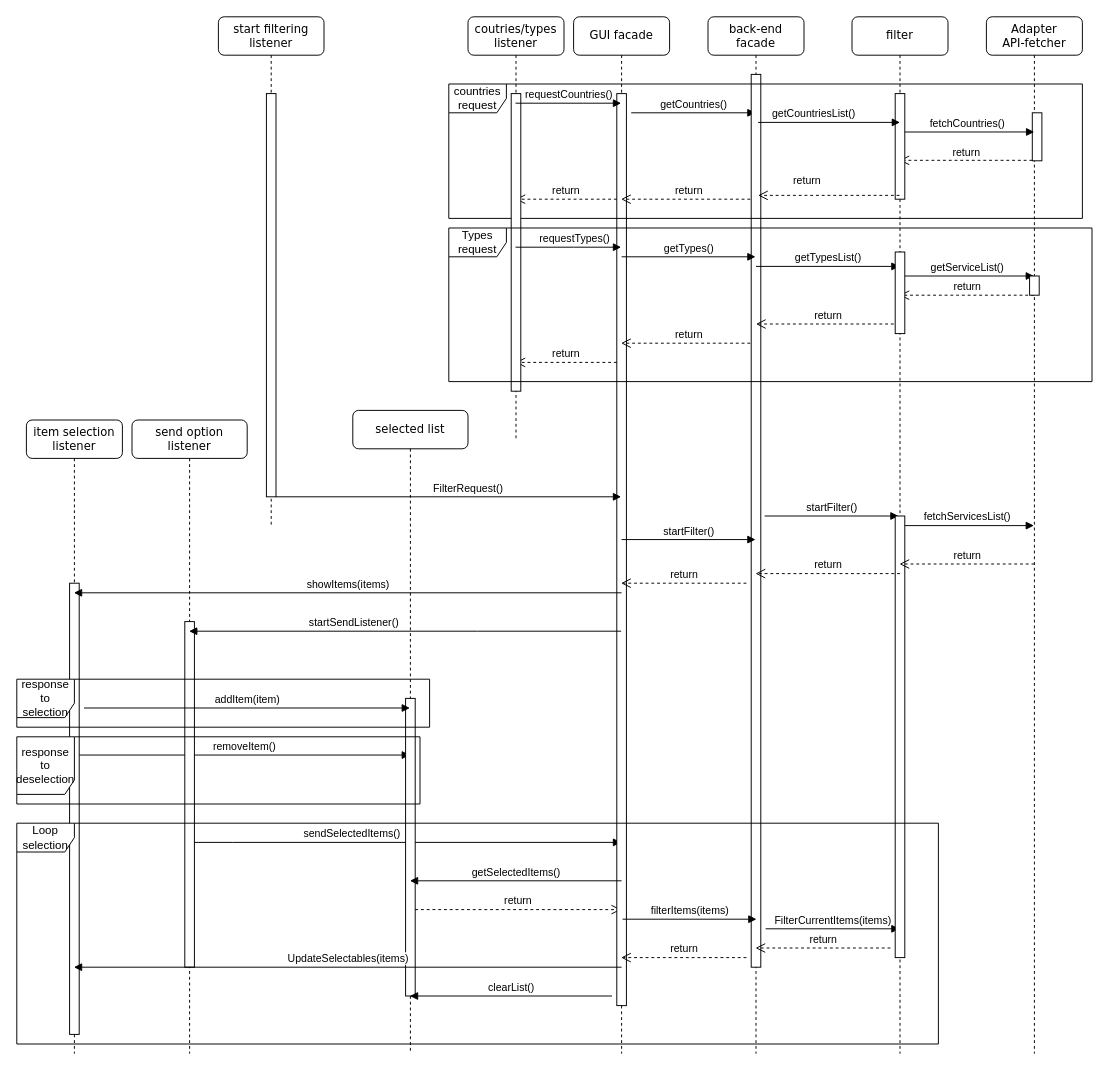
Before: documentation/behaviour/Untitled Diagram.drawio in Geostartico/Trusted-list-browser, a draw.io diagram. Source tidied: cells renumbered, new cells numbered last; positions are measured from the earlier drawing's top-left corner, leaving out a move shared by most shapes. Both pictures are drawn from the tidied source at 96%, with x=0, y=0 at pixel (16, 16).
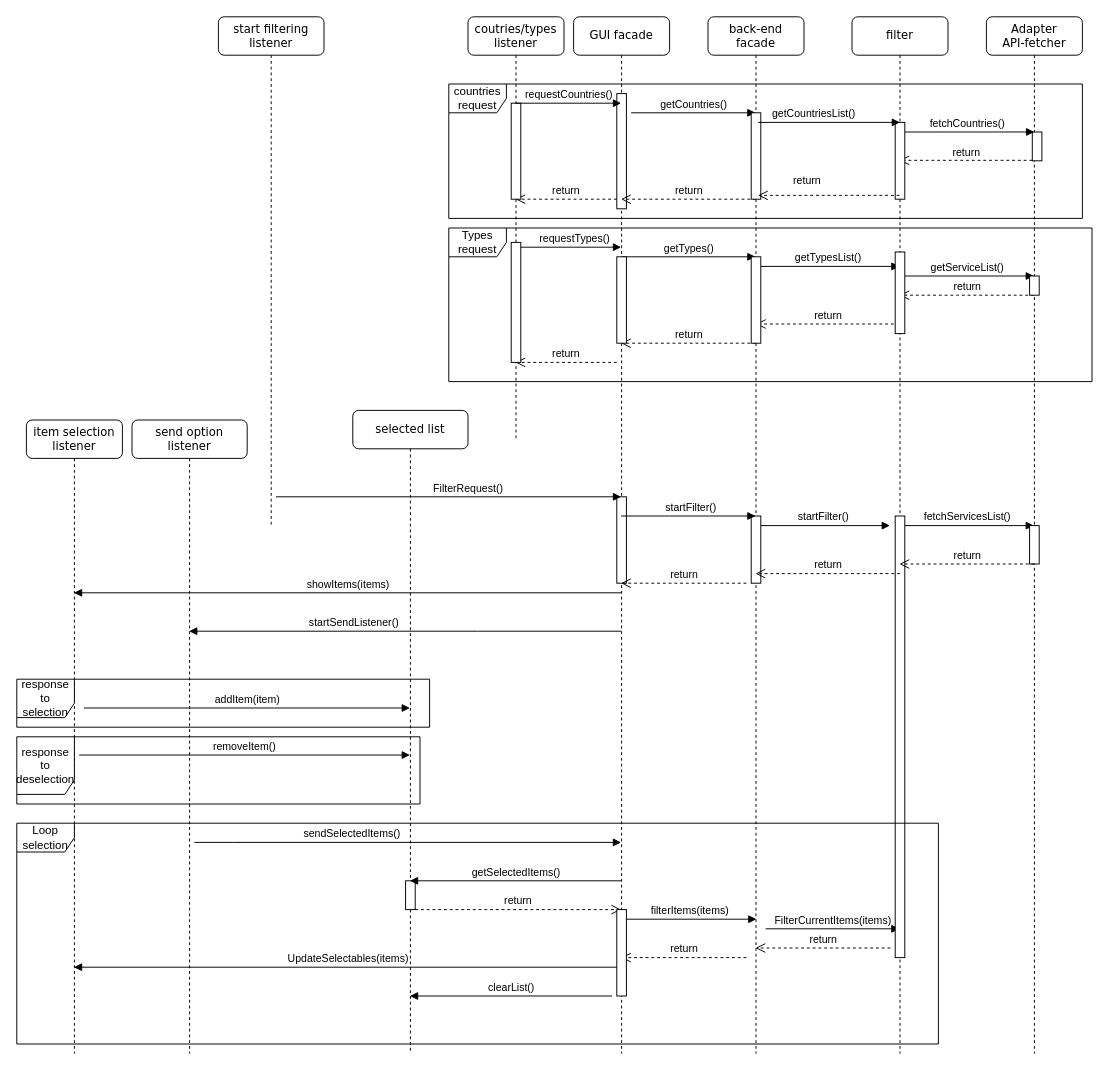
Above is the later version.

The change refers to these unchanged cells:
```xml
<mxCell id="2" value="send option listener" style="shape=umlLifeline;perimeter=lifelinePerimeter;whiteSpace=wrap;html=1;outlineConnect=0;rounded=1;shadow=0;comic=0;labelBackgroundColor=none;strokeWidth=1;fontFamily=Verdana;fontSize=12;align=center;" parent="1" vertex="1">
  <mxGeometry x="120" y="420" width="120" height="660" as="geometry" />
</mxCell>
<mxCell id="6" value="selected list" style="shape=umlLifeline;perimeter=lifelinePerimeter;whiteSpace=wrap;html=1;outlineConnect=0;rounded=1;shadow=0;comic=0;labelBackgroundColor=none;strokeWidth=1;fontFamily=Verdana;fontSize=12;align=center;" parent="1" vertex="1">
  <mxGeometry x="350" y="410" width="120" height="670" as="geometry" />
</mxCell>
<mxCell id="9" value="GUI facade" style="shape=umlLifeline;perimeter=lifelinePerimeter;whiteSpace=wrap;html=1;outlineConnect=0;rounded=1;shadow=0;comic=0;labelBackgroundColor=none;strokeWidth=1;fontFamily=Verdana;fontSize=12;align=center;" parent="1" vertex="1">
  <mxGeometry x="580" width="100" height="1080" as="geometry" />
</mxCell>
<mxCell id="14" value="back-end facade" style="shape=umlLifeline;perimeter=lifelinePerimeter;whiteSpace=wrap;html=1;outlineConnect=0;rounded=1;shadow=0;comic=0;labelBackgroundColor=none;strokeWidth=1;fontFamily=Verdana;fontSize=12;align=center;" parent="1" vertex="1">
  <mxGeometry x="720" width="100" height="1080" as="geometry" />
</mxCell>
<mxCell id="24" value="&lt;div&gt;Adapter&lt;/div&gt;&lt;div&gt;API-fetcher&lt;/div&gt;" style="shape=umlLifeline;perimeter=lifelinePerimeter;whiteSpace=wrap;html=1;outlineConnect=0;rounded=1;shadow=0;comic=0;labelBackgroundColor=none;strokeWidth=1;fontFamily=Verdana;fontSize=12;align=center;" parent="1" vertex="1">
  <mxGeometry x="1010" width="100" height="1080" as="geometry" />
</mxCell>
<mxCell id="30" value="item selection listener" style="shape=umlLifeline;perimeter=lifelinePerimeter;whiteSpace=wrap;html=1;outlineConnect=0;rounded=1;shadow=0;comic=0;labelBackgroundColor=none;strokeWidth=1;fontFamily=Verdana;fontSize=12;align=center;" parent="1" vertex="1">
  <mxGeometry x="10" y="420" width="100" height="660" as="geometry" />
</mxCell>
<mxCell id="33" value="start filtering listener" style="shape=umlLifeline;perimeter=lifelinePerimeter;whiteSpace=wrap;html=1;rounded=1;shadow=0;comic=0;labelBackgroundColor=none;strokeWidth=1;fontFamily=Verdana;fontSize=12;align=center;" parent="1" vertex="1">
  <mxGeometry x="210" width="110" height="530" as="geometry" />
</mxCell>
<mxCell id="38" value="&lt;div&gt;coutries/types&lt;/div&gt;&lt;div&gt;listener&lt;br&gt;&lt;/div&gt;" style="shape=umlLifeline;perimeter=lifelinePerimeter;whiteSpace=wrap;html=1;outlineConnect=0;rounded=1;shadow=0;comic=0;labelBackgroundColor=none;strokeWidth=1;fontFamily=Verdana;fontSize=12;align=center;" parent="1" vertex="1">
  <mxGeometry x="470" width="100" height="440" as="geometry" />
</mxCell>
```

What changed in the source:
```diff
@@
-    <mxCell id="4" style="rounded=0;whiteSpace=wrap;html=1;" parent="2" vertex="1">
-      <mxGeometry x="55" y="210" width="10" height="360" as="geometry" />
-    </mxCell>
@@
     <mxCell id="7" style="rounded=0;whiteSpace=wrap;html=1;" parent="6" vertex="1">
-      <mxGeometry x="55" y="300" width="10" height="310" as="geometry" />
+      <mxGeometry x="55" y="490" width="10" height="30" as="geometry" />
     </mxCell>
@@
     <mxCell id="10" style="rounded=0;whiteSpace=wrap;html=1;" parent="9" vertex="1">
-      <mxGeometry x="45" y="80" width="10" height="950" as="geometry" />
+      <mxGeometry x="45" y="80" width="10" height="120" as="geometry" />
     </mxCell>
@@
+    <mxCell id="64" style="rounded=0;whiteSpace=wrap;html=1;" parent="9" vertex="1">
+      <mxGeometry x="45" y="500" width="10" height="90" as="geometry" />
+    </mxCell>
@@
     <mxCell id="17" style="html=1;perimeter=orthogonalPerimeter;" parent="14" vertex="1">
-      <mxGeometry x="45" y="60" width="10" height="930" as="geometry" />
+      <mxGeometry x="45" y="100" width="10" height="90" as="geometry" />
     </mxCell>
     <mxCell id="18" value="&lt;div&gt;startFilter()&lt;/div&gt;" style="html=1;verticalAlign=bottom;endArrow=block;rounded=0;" parent="14" edge="1">
       <mxGeometry relative="1" as="geometry">
-        <mxPoint x="59" y="520" as="sourcePoint" />
-        <mxPoint x="198.5" y="520" as="targetPoint" />
+        <mxPoint x="50" y="530" as="sourcePoint" />
+        <mxPoint x="189.5" y="530" as="targetPoint" />
       </mxGeometry>
     </mxCell>
@@
+    <mxCell id="65" style="rounded=0;whiteSpace=wrap;html=1;" parent="14" vertex="1">
+      <mxGeometry x="45" y="520" width="10" height="70" as="geometry" />
+    </mxCell>
@@
     <mxCell id="25" style="html=1;perimeter=orthogonalPerimeter;" parent="24" vertex="1">
-      <mxGeometry x="47.8" y="100" width="10" height="50" as="geometry" />
+      <mxGeometry x="47.8" y="120" width="10" height="30" as="geometry" />
     </mxCell>
@@
     <mxCell id="29" style="html=1;perimeter=orthogonalPerimeter;rounded=0;shadow=0;comic=0;labelBackgroundColor=none;strokeWidth=1;fontFamily=Verdana;fontSize=12;align=center;" parent="24" vertex="1">
-      <mxGeometry x="-95" y="80" width="10" height="110" as="geometry" />
+      <mxGeometry x="-95" y="110" width="10" height="80" as="geometry" />
     </mxCell>
+    <mxCell id="66" style="rounded=0;whiteSpace=wrap;html=1;" parent="24" vertex="1">
+      <mxGeometry x="45" y="530" width="10" height="40" as="geometry" />
+    </mxCell>
@@
-    <mxCell id="31" style="html=1;perimeter=orthogonalPerimeter;rounded=0;shadow=0;comic=0;labelBackgroundColor=none;strokeWidth=1;fontFamily=Verdana;fontSize=12;align=center;" parent="30" vertex="1">
-      <mxGeometry x="45" y="170" width="10" height="470" as="geometry" />
-    </mxCell>
@@
-    <mxCell id="34" style="rounded=0;whiteSpace=wrap;html=1;" parent="33" vertex="1">
-      <mxGeometry x="50" y="80" width="10" height="420" as="geometry" />
-    </mxCell>
@@
     <mxCell id="39" style="rounded=0;whiteSpace=wrap;html=1;" parent="38" vertex="1">
-      <mxGeometry x="45" y="80" width="10" height="310" as="geometry" />
+      <mxGeometry x="45" y="90" width="10" height="100" as="geometry" />
     </mxCell>
@@
-    <mxCell id="49" value="startFilter()" style="html=1;verticalAlign=bottom;endArrow=block;rounded=0;exitX=0.5;exitY=0.489;exitDx=0;exitDy=0;exitPerimeter=0;" parent="1" edge="1" source="10" target="14">
-      <mxGeometry relative="1" as="geometry" />
+    <mxCell id="49" value="startFilter()" style="html=1;verticalAlign=bottom;endArrow=block;rounded=0;" parent="1" edge="1" source="9" target="14">
+      <mxGeometry x="0.01" relative="1" as="geometry">
+        <Array as="points">
+          <mxPoint x="680" y="520" />
+        </Array>
+        <mxPoint x="1" as="offset" />
+      </mxGeometry>
     </mxCell>
@@
+    <mxCell id="67" style="rounded=0;whiteSpace=wrap;html=1;" parent="1" vertex="1">
+      <mxGeometry x="515" y="235" width="10" height="125" as="geometry" />
+    </mxCell>
+    <mxCell id="68" style="rounded=0;whiteSpace=wrap;html=1;" parent="1" vertex="1">
+      <mxGeometry x="625" y="250" width="10" height="90" as="geometry" />
+    </mxCell>
+    <mxCell id="69" style="rounded=0;whiteSpace=wrap;html=1;" parent="1" vertex="1">
+      <mxGeometry x="765" y="250" width="10" height="90" as="geometry" />
+    </mxCell>
+    <mxCell id="70" style="rounded=0;whiteSpace=wrap;html=1;" parent="1" vertex="1">
+      <mxGeometry x="625" y="930" width="10" height="90" as="geometry" />
+    </mxCell>
```
